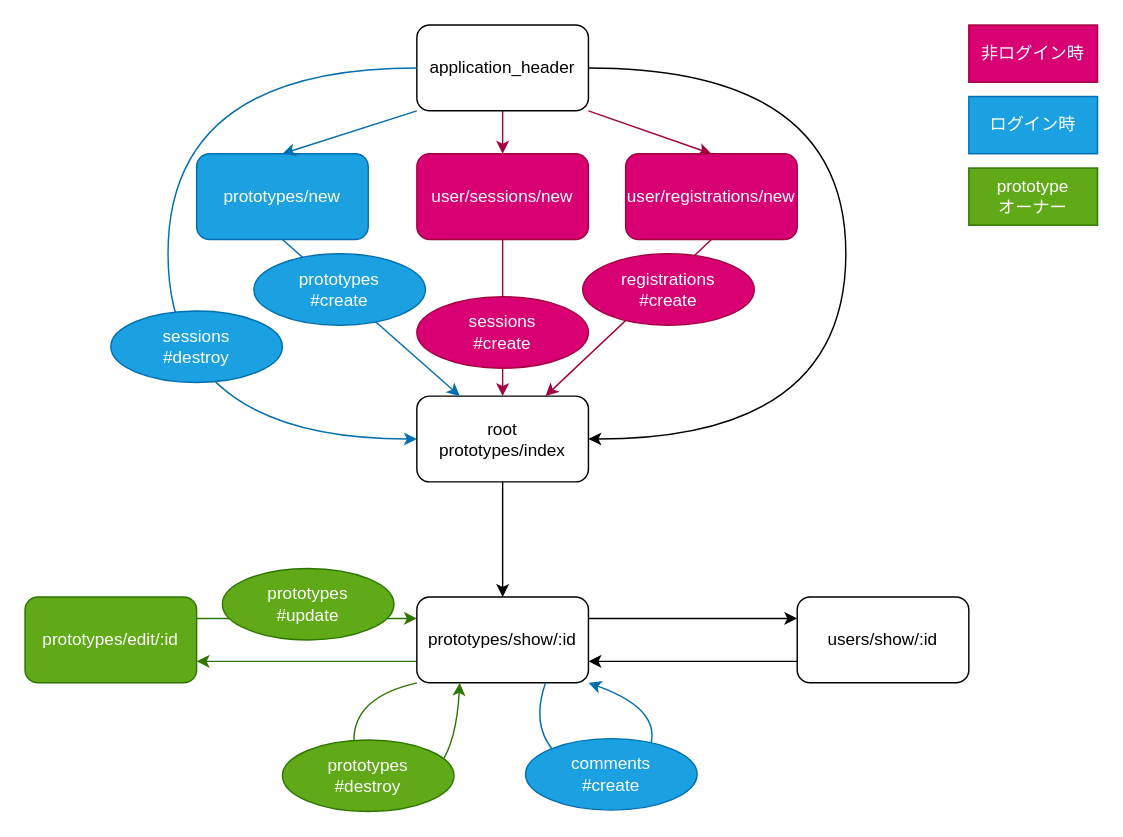
Before: Screen_Transition.dio in Ryo390/protospace-161-chiikawa, a draw.io diagram. Source tidied: cells renumbered, new cells numbered last; positions are measured from the earlier drawing's top-left corner, leaving out a move shared by most shapes. Both pictures are drawn from the tidied source at 143%, with x=0, y=0 at pixel (24, 24).
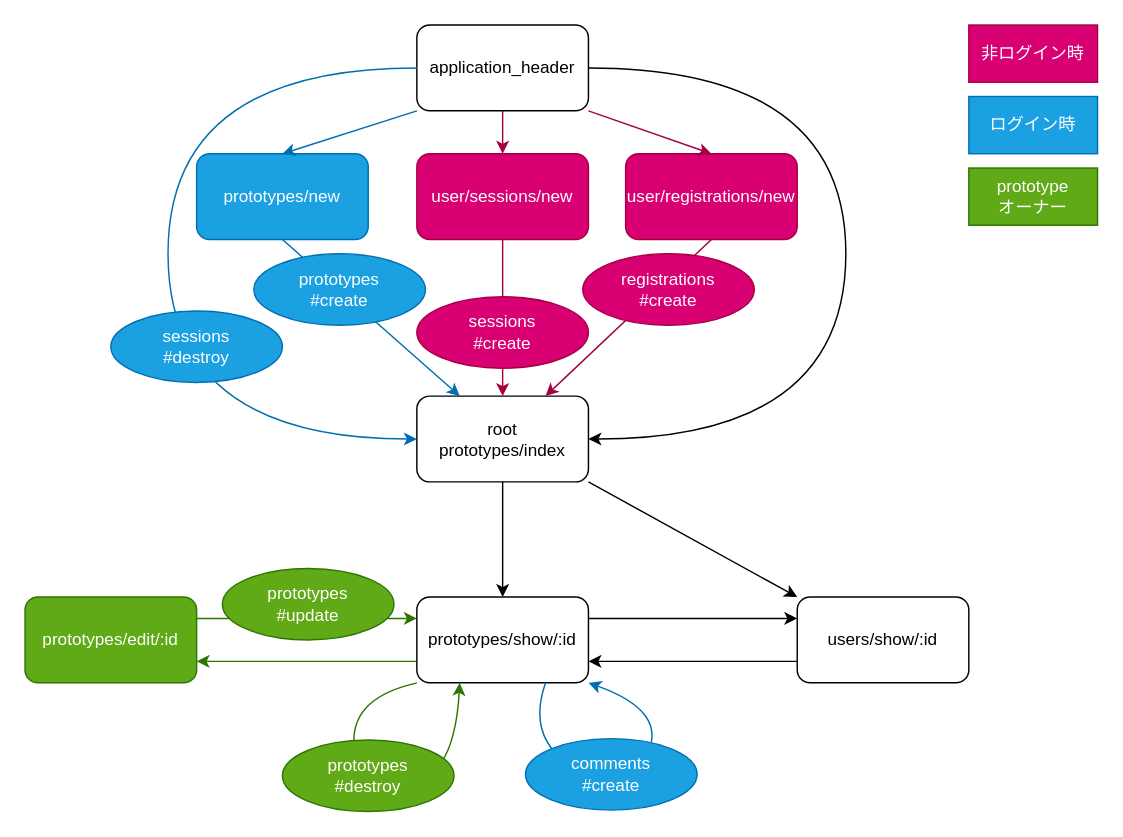
After the change.

Commit message:
prototypes/indexからusers/showへのリンクを追記

Unchanged cells that the change refers to:
```xml
<mxCell id="2" value="root&lt;br&gt;prototypes/index" style="rounded=1;whiteSpace=wrap;html=1;" parent="1" vertex="1">
  <mxGeometry x="274" y="259.5" width="120" height="60" as="geometry" />
</mxCell>
<mxCell id="15" value="users/show/:id" style="rounded=1;whiteSpace=wrap;html=1;" parent="1" vertex="1">
  <mxGeometry x="540" y="400" width="120" height="60" as="geometry" />
</mxCell>
```

Change to the diagram source:
```diff
@@
+    <mxCell id="35" style="edgeStyle=none;html=1;exitX=1;exitY=1;exitDx=0;exitDy=0;entryX=0;entryY=0;entryDx=0;entryDy=0;" parent="1" edge="1" source="2" target="15">
+      <mxGeometry relative="1" as="geometry" />
+    </mxCell>
```
